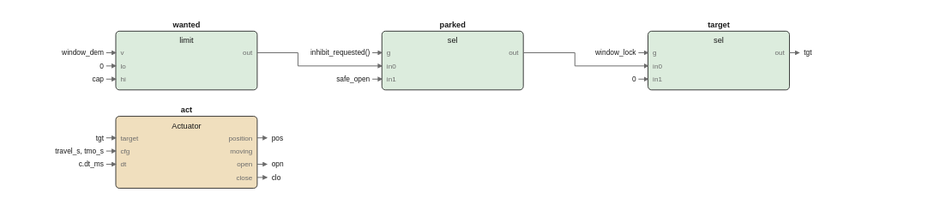
The draw.io diagram images/logic/windows_fbd.drawio.svg in pstch/botanik2, before a commit. Source tidied: cells renumbered, new cells last; positions are measured from the earlier drawing's top-left corner, leaving out a move shared by most shapes.
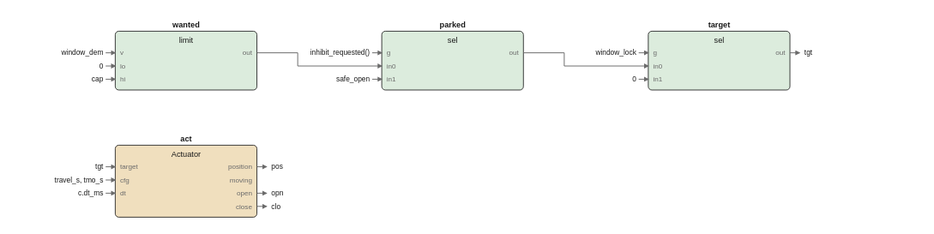
Later version of the same file.

Change to the diagram source:
```diff
@@ -23,77 +23,77 @@
     <mxCell id="8" value="out" style="text;html=1;fontSize=5;fontColor=#6b6b6b;align=left;" parent="1" vertex="1">
       <mxGeometry x="124" y="24.2" width="40" height="9.8" as="geometry" />
     </mxCell>
-    <mxCell id="9" style="rounded=1;fillColor=#f0dfbe;strokeColor=#1a1a1a;whiteSpace=wrap;html=1;fontSize=8;" parent="1" vertex="1">
-      <mxGeometry x="10" y="81" width="118" height="60" as="geometry" />
+    <mxCell id="9" style="rounded=1;fillColor=#dcecdd;strokeColor=#1a1a1a;whiteSpace=wrap;html=1;fontSize=8;" parent="1" vertex="1">
+      <mxGeometry x="232" y="10" width="118" height="49" as="geometry" />
     </mxCell>
-    <mxCell id="10" value="act" style="text;html=1;fontSize=6;fontColor=#1a1a1a;align=center;fontStyle=1;" parent="1" vertex="1">
-      <mxGeometry x="69" y="71.4" width="40" height="10.6" as="geometry" />
+    <mxCell id="10" value="parked" style="text;html=1;fontSize=6;fontColor=#1a1a1a;align=center;fontStyle=1;" parent="1" vertex="1">
+      <mxGeometry x="291" y="0.4" width="40" height="10.6" as="geometry" />
     </mxCell>
-    <mxCell id="11" value="Actuator" style="text;html=1;fontSize=6;fontColor=#1a1a1a;align=center;" parent="1" vertex="1">
-      <mxGeometry x="69" y="84.4" width="40" height="10.6" as="geometry" />
+    <mxCell id="11" value="sel" style="text;html=1;fontSize=6;fontColor=#1a1a1a;align=center;" parent="1" vertex="1">
+      <mxGeometry x="291" y="13.4" width="40" height="10.6" as="geometry" />
     </mxCell>
-    <mxCell id="12" value="target" style="text;html=1;fontSize=5;fontColor=#6b6b6b;align=left;" parent="1" vertex="1">
-      <mxGeometry x="14" y="95.2" width="40" height="9.8" as="geometry" />
+    <mxCell id="12" value="g" style="text;html=1;fontSize=5;fontColor=#6b6b6b;align=left;" parent="1" vertex="1">
+      <mxGeometry x="236" y="24.2" width="40" height="9.8" as="geometry" />
     </mxCell>
-    <mxCell id="13" value="cfg" style="text;html=1;fontSize=5;fontColor=#6b6b6b;align=left;" parent="1" vertex="1">
-      <mxGeometry x="14" y="106.2" width="40" height="9.8" as="geometry" />
+    <mxCell id="13" value="in0" style="text;html=1;fontSize=5;fontColor=#6b6b6b;align=left;" parent="1" vertex="1">
+      <mxGeometry x="236" y="35.2" width="40" height="9.8" as="geometry" />
     </mxCell>
-    <mxCell id="14" value="dt" style="text;html=1;fontSize=5;fontColor=#6b6b6b;align=left;" parent="1" vertex="1">
-      <mxGeometry x="14" y="117.2" width="40" height="9.8" as="geometry" />
+    <mxCell id="14" value="in1" style="text;html=1;fontSize=5;fontColor=#6b6b6b;align=left;" parent="1" vertex="1">
+      <mxGeometry x="236" y="46.2" width="40" height="9.8" as="geometry" />
     </mxCell>
-    <mxCell id="15" value="position" style="text;html=1;fontSize=5;fontColor=#6b6b6b;align=left;" parent="1" vertex="1">
-      <mxGeometry x="124" y="95.2" width="40" height="9.8" as="geometry" />
+    <mxCell id="15" value="out" style="text;html=1;fontSize=5;fontColor=#6b6b6b;align=left;" parent="1" vertex="1">
+      <mxGeometry x="346" y="24.2" width="40" height="9.8" as="geometry" />
     </mxCell>
-    <mxCell id="16" value="moving" style="text;html=1;fontSize=5;fontColor=#6b6b6b;align=left;" parent="1" vertex="1">
-      <mxGeometry x="124" y="106.2" width="40" height="9.8" as="geometry" />
+    <mxCell id="16" style="rounded=1;fillColor=#dcecdd;strokeColor=#1a1a1a;whiteSpace=wrap;html=1;fontSize=8;" parent="1" vertex="1">
+      <mxGeometry x="454" y="10" width="118" height="49" as="geometry" />
     </mxCell>
-    <mxCell id="17" value="open" style="text;html=1;fontSize=5;fontColor=#6b6b6b;align=left;" parent="1" vertex="1">
-      <mxGeometry x="124" y="117.2" width="40" height="9.8" as="geometry" />
+    <mxCell id="17" value="target" style="text;html=1;fontSize=6;fontColor=#1a1a1a;align=center;fontStyle=1;" parent="1" vertex="1">
+      <mxGeometry x="513" y="0.4" width="40" height="10.6" as="geometry" />
     </mxCell>
-    <mxCell id="18" value="close" style="text;html=1;fontSize=5;fontColor=#6b6b6b;align=left;" parent="1" vertex="1">
-      <mxGeometry x="124" y="128.2" width="40" height="9.8" as="geometry" />
+    <mxCell id="18" value="sel" style="text;html=1;fontSize=6;fontColor=#1a1a1a;align=center;" parent="1" vertex="1">
+      <mxGeometry x="513" y="13.4" width="40" height="10.6" as="geometry" />
     </mxCell>
-    <mxCell id="19" style="rounded=1;fillColor=#dcecdd;strokeColor=#1a1a1a;whiteSpace=wrap;html=1;fontSize=8;" parent="1" vertex="1">
-      <mxGeometry x="232" y="10" width="118" height="49" as="geometry" />
+    <mxCell id="19" value="g" style="text;html=1;fontSize=5;fontColor=#6b6b6b;align=left;" parent="1" vertex="1">
+      <mxGeometry x="458" y="24.2" width="40" height="9.8" as="geometry" />
     </mxCell>
-    <mxCell id="20" value="parked" style="text;html=1;fontSize=6;fontColor=#1a1a1a;align=center;fontStyle=1;" parent="1" vertex="1">
-      <mxGeometry x="291" y="0.4" width="40" height="10.6" as="geometry" />
+    <mxCell id="20" value="in0" style="text;html=1;fontSize=5;fontColor=#6b6b6b;align=left;" parent="1" vertex="1">
+      <mxGeometry x="458" y="35.2" width="40" height="9.8" as="geometry" />
     </mxCell>
-    <mxCell id="21" value="sel" style="text;html=1;fontSize=6;fontColor=#1a1a1a;align=center;" parent="1" vertex="1">
-      <mxGeometry x="291" y="13.4" width="40" height="10.6" as="geometry" />
+    <mxCell id="21" value="in1" style="text;html=1;fontSize=5;fontColor=#6b6b6b;align=left;" parent="1" vertex="1">
+      <mxGeometry x="458" y="46.2" width="40" height="9.8" as="geometry" />
     </mxCell>
-    <mxCell id="22" value="g" style="text;html=1;fontSize=5;fontColor=#6b6b6b;align=left;" parent="1" vertex="1">
-      <mxGeometry x="236" y="24.2" width="40" height="9.8" as="geometry" />
+    <mxCell id="22" value="out" style="text;html=1;fontSize=5;fontColor=#6b6b6b;align=left;" parent="1" vertex="1">
+      <mxGeometry x="568" y="24.2" width="40" height="9.8" as="geometry" />
     </mxCell>
-    <mxCell id="23" value="in0" style="text;html=1;fontSize=5;fontColor=#6b6b6b;align=left;" parent="1" vertex="1">
-      <mxGeometry x="236" y="35.2" width="40" height="9.8" as="geometry" />
+    <mxCell id="23" style="rounded=1;fillColor=#f0dfbe;strokeColor=#1a1a1a;whiteSpace=wrap;html=1;fontSize=8;" parent="1" vertex="1">
+      <mxGeometry x="10" y="105" width="118" height="60" as="geometry" />
     </mxCell>
-    <mxCell id="24" value="in1" style="text;html=1;fontSize=5;fontColor=#6b6b6b;align=left;" parent="1" vertex="1">
-      <mxGeometry x="236" y="46.2" width="40" height="9.8" as="geometry" />
+    <mxCell id="24" value="act" style="text;html=1;fontSize=6;fontColor=#1a1a1a;align=center;fontStyle=1;" parent="1" vertex="1">
+      <mxGeometry x="69" y="95.4" width="40" height="10.6" as="geometry" />
     </mxCell>
-    <mxCell id="25" value="out" style="text;html=1;fontSize=5;fontColor=#6b6b6b;align=left;" parent="1" vertex="1">
-      <mxGeometry x="346" y="24.2" width="40" height="9.8" as="geometry" />
+    <mxCell id="25" value="Actuator" style="text;html=1;fontSize=6;fontColor=#1a1a1a;align=center;" parent="1" vertex="1">
+      <mxGeometry x="69" y="108.4" width="40" height="10.6" as="geometry" />
     </mxCell>
-    <mxCell id="26" style="rounded=1;fillColor=#dcecdd;strokeColor=#1a1a1a;whiteSpace=wrap;html=1;fontSize=8;" parent="1" vertex="1">
-      <mxGeometry x="454" y="10" width="118" height="49" as="geometry" />
+    <mxCell id="26" value="target" style="text;html=1;fontSize=5;fontColor=#6b6b6b;align=left;" parent="1" vertex="1">
+      <mxGeometry x="14" y="119.2" width="40" height="9.8" as="geometry" />
     </mxCell>
-    <mxCell id="27" value="target" style="text;html=1;fontSize=6;fontColor=#1a1a1a;align=center;fontStyle=1;" parent="1" vertex="1">
-      <mxGeometry x="513" y="0.4" width="40" height="10.6" as="geometry" />
+    <mxCell id="27" value="cfg" style="text;html=1;fontSize=5;fontColor=#6b6b6b;align=left;" parent="1" vertex="1">
+      <mxGeometry x="14" y="130.2" width="40" height="9.8" as="geometry" />
     </mxCell>
-    <mxCell id="28" value="sel" style="text;html=1;fontSize=6;fontColor=#1a1a1a;align=center;" parent="1" vertex="1">
-      <mxGeometry x="513" y="13.4" width="40" height="10.6" as="geometry" />
+    <mxCell id="28" value="dt" style="text;html=1;fontSize=5;fontColor=#6b6b6b;align=left;" parent="1" vertex="1">
+      <mxGeometry x="14" y="141.2" width="40" height="9.8" as="geometry" />
     </mxCell>
-    <mxCell id="29" value="g" style="text;html=1;fontSize=5;fontColor=#6b6b6b;align=left;" parent="1" vertex="1">
-      <mxGeometry x="458" y="24.2" width="40" height="9.8" as="geometry" />
+    <mxCell id="29" value="position" style="text;html=1;fontSize=5;fontColor=#6b6b6b;align=left;" parent="1" vertex="1">
+      <mxGeometry x="124" y="119.2" width="40" height="9.8" as="geometry" />
     </mxCell>
-    <mxCell id="30" value="in0" style="text;html=1;fontSize=5;fontColor=#6b6b6b;align=left;" parent="1" vertex="1">
-      <mxGeometry x="458" y="35.2" width="40" height="9.8" as="geometry" />
+    <mxCell id="30" value="moving" style="text;html=1;fontSize=5;fontColor=#6b6b6b;align=left;" parent="1" vertex="1">
+      <mxGeometry x="124" y="130.2" width="40" height="9.8" as="geometry" />
     </mxCell>
-    <mxCell id="31" value="in1" style="text;html=1;fontSize=5;fontColor=#6b6b6b;align=left;" parent="1" vertex="1">
-      <mxGeometry x="458" y="46.2" width="40" height="9.8" as="geometry" />
+    <mxCell id="31" value="open" style="text;html=1;fontSize=5;fontColor=#6b6b6b;align=left;" parent="1" vertex="1">
+      <mxGeometry x="124" y="141.2" width="40" height="9.8" as="geometry" />
     </mxCell>
-    <mxCell id="32" value="out" style="text;html=1;fontSize=5;fontColor=#6b6b6b;align=left;" parent="1" vertex="1">
-      <mxGeometry x="568" y="24.2" width="40" height="9.8" as="geometry" />
+    <mxCell id="32" value="close" style="text;html=1;fontSize=5;fontColor=#6b6b6b;align=left;" parent="1" vertex="1">
+      <mxGeometry x="124" y="152.2" width="40" height="9.8" as="geometry" />
     </mxCell>
     <mxCell id="33" style="edgeStyle=none;html=1;strokeColor=#6b6b6b;endArrow=block;" parent="1" edge="1">
       <mxGeometry relative="1" as="geometry">
@@ -110,8 +110,8 @@
         <mxPoint x="350" y="28" as="sourcePoint" />
         <mxPoint x="454" y="39" as="targetPoint" />
         <Array as="points">
-          <mxPoint x="393" y="28" />
-          <mxPoint x="393" y="39" />
+          <mxPoint x="384" y="28" />
+          <mxPoint x="384" y="39" />
         </Array>
       </mxGeometry>
     </mxCell>
@@ -179,30 +179,30 @@
       </mxGeometry>
     </mxCell>
     <mxCell id="49" value="tgt" style="text;html=1;fontSize=6;fontColor=#1a1a1a;align=left;" parent="1" vertex="1">
-      <mxGeometry y="95" width="40" height="10" as="geometry" />
+      <mxGeometry y="119" width="40" height="10" as="geometry" />
     </mxCell>
     <mxCell id="50" style="edgeStyle=none;html=1;strokeColor=#6b6b6b;endArrow=block;" parent="1" edge="1">
       <mxGeometry relative="1" as="geometry">
-        <mxPoint x="2" y="99" as="sourcePoint" />
-        <mxPoint x="10" y="99" as="targetPoint" />
+        <mxPoint x="2" y="123" as="sourcePoint" />
+        <mxPoint x="10" y="123" as="targetPoint" />
       </mxGeometry>
     </mxCell>
     <mxCell id="51" value="travel_s, tmo_s" style="text;html=1;fontSize=6;fontColor=#1a1a1a;align=left;" parent="1" vertex="1">
-      <mxGeometry y="106" width="75" height="10" as="geometry" />
+      <mxGeometry y="130" width="75" height="10" as="geometry" />
     </mxCell>
     <mxCell id="52" style="edgeStyle=none;html=1;strokeColor=#6b6b6b;endArrow=block;" parent="1" edge="1">
       <mxGeometry relative="1" as="geometry">
-        <mxPoint x="2" y="110" as="sourcePoint" />
-        <mxPoint x="10" y="110" as="targetPoint" />
+        <mxPoint x="2" y="134" as="sourcePoint" />
+        <mxPoint x="10" y="134" as="targetPoint" />
       </mxGeometry>
     </mxCell>
     <mxCell id="53" value="c.dt_ms" style="text;html=1;fontSize=6;fontColor=#1a1a1a;align=left;" parent="1" vertex="1">
-      <mxGeometry y="117" width="40" height="10" as="geometry" />
+      <mxGeometry y="141" width="40" height="10" as="geometry" />
     </mxCell>
     <mxCell id="54" style="edgeStyle=none;html=1;strokeColor=#6b6b6b;endArrow=block;" parent="1" edge="1">
       <mxGeometry relative="1" as="geometry">
-        <mxPoint x="2" y="121" as="sourcePoint" />
-        <mxPoint x="10" y="121" as="targetPoint" />
+        <mxPoint x="2" y="145" as="sourcePoint" />
+        <mxPoint x="10" y="145" as="targetPoint" />
       </mxGeometry>
     </mxCell>
     <mxCell id="55" style="edgeStyle=none;html=1;strokeColor=#6b6b6b;endArrow=block;" parent="1" edge="1">
@@ -216,30 +216,30 @@
     </mxCell>
     <mxCell id="57" style="edgeStyle=none;html=1;strokeColor=#6b6b6b;endArrow=block;" parent="1" edge="1">
       <mxGeometry relative="1" as="geometry">
-        <mxPoint x="128" y="99" as="sourcePoint" />
-        <mxPoint x="136" y="99" as="targetPoint" />
+        <mxPoint x="128" y="123" as="sourcePoint" />
+        <mxPoint x="136" y="123" as="targetPoint" />
       </mxGeometry>
     </mxCell>
     <mxCell id="58" value="pos" style="text;html=1;fontSize=6;fontColor=#1a1a1a;align=left;" parent="1" vertex="1">
-      <mxGeometry x="140" y="95" width="40" height="10" as="geometry" />
+      <mxGeometry x="140" y="119" width="40" height="10" as="geometry" />
     </mxCell>
     <mxCell id="59" style="edgeStyle=none;html=1;strokeColor=#6b6b6b;endArrow=block;" parent="1" edge="1">
       <mxGeometry relative="1" as="geometry">
-        <mxPoint x="128" y="121" as="sourcePoint" />
-        <mxPoint x="136" y="121" as="targetPoint" />
+        <mxPoint x="128" y="145" as="sourcePoint" />
+        <mxPoint x="136" y="145" as="targetPoint" />
       </mxGeometry>
     </mxCell>
     <mxCell id="60" value="opn" style="text;html=1;fontSize=6;fontColor=#1a1a1a;align=left;" parent="1" vertex="1">
-      <mxGeometry x="140" y="117" width="40" height="10" as="geometry" />
+      <mxGeometry x="140" y="141" width="40" height="10" as="geometry" />
     </mxCell>
     <mxCell id="61" style="edgeStyle=none;html=1;strokeColor=#6b6b6b;endArrow=block;" parent="1" edge="1">
       <mxGeometry relative="1" as="geometry">
-        <mxPoint x="128" y="132" as="sourcePoint" />
-        <mxPoint x="136" y="132" as="targetPoint" />
+        <mxPoint x="128" y="156" as="sourcePoint" />
+        <mxPoint x="136" y="156" as="targetPoint" />
       </mxGeometry>
     </mxCell>
     <mxCell id="62" value="clo" style="text;html=1;fontSize=6;fontColor=#1a1a1a;align=left;" parent="1" vertex="1">
-      <mxGeometry x="140" y="128" width="40" height="10" as="geometry" />
+      <mxGeometry x="140" y="152" width="40" height="10" as="geometry" />
     </mxCell>
   </root>
 </mxGraphModel>
```
